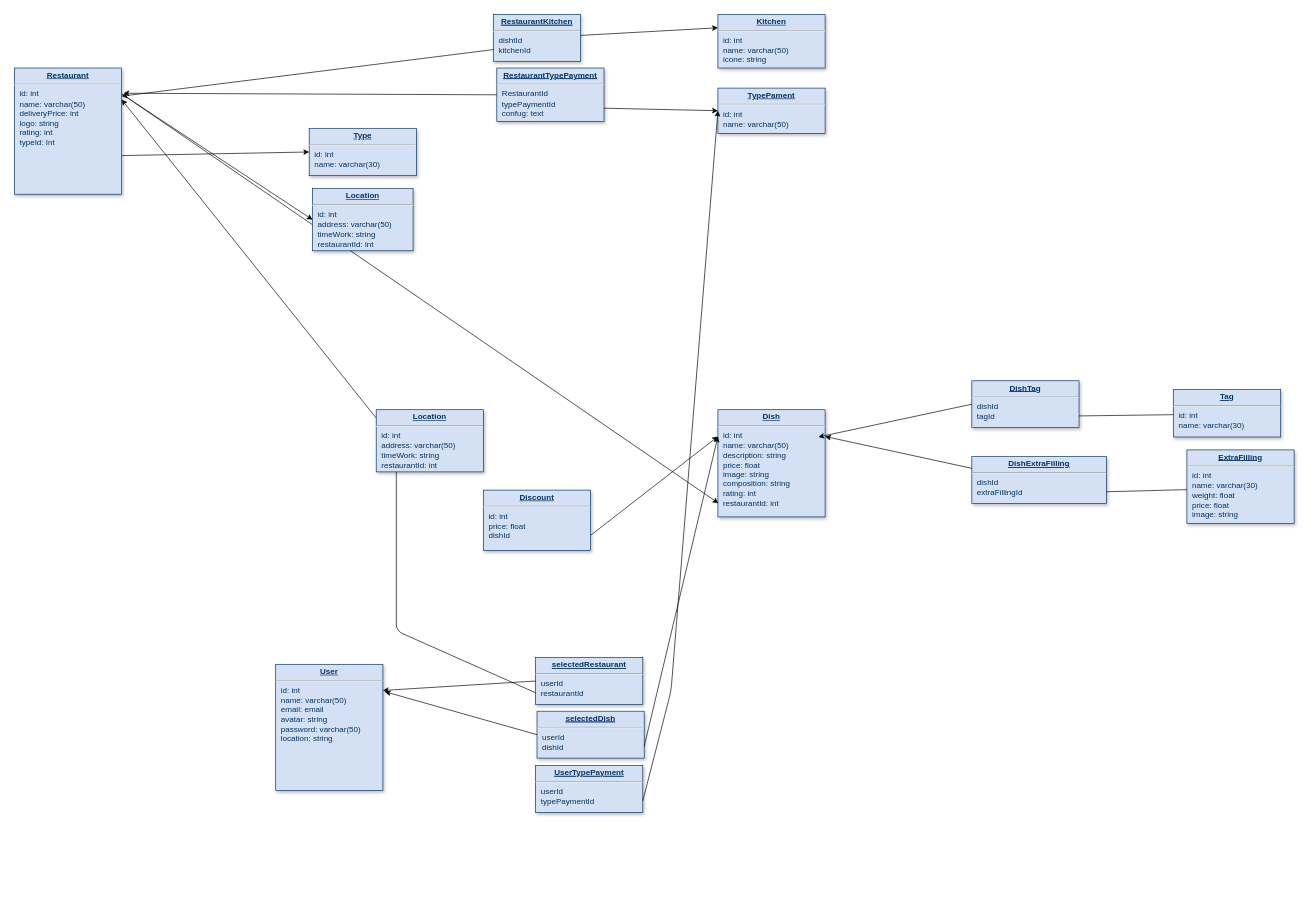
This is Untitled Diagram.drawio from YuraBobeshko/Food, a draw.io file, before an edit. Source tidied: cells renumbered, new cells numbered last; positions are measured from the earlier drawing's top-left corner, leaving out a move shared by most shapes. Both pictures are drawn from the tidied source at 67%, with x=0, y=0 at pixel (14, 14).
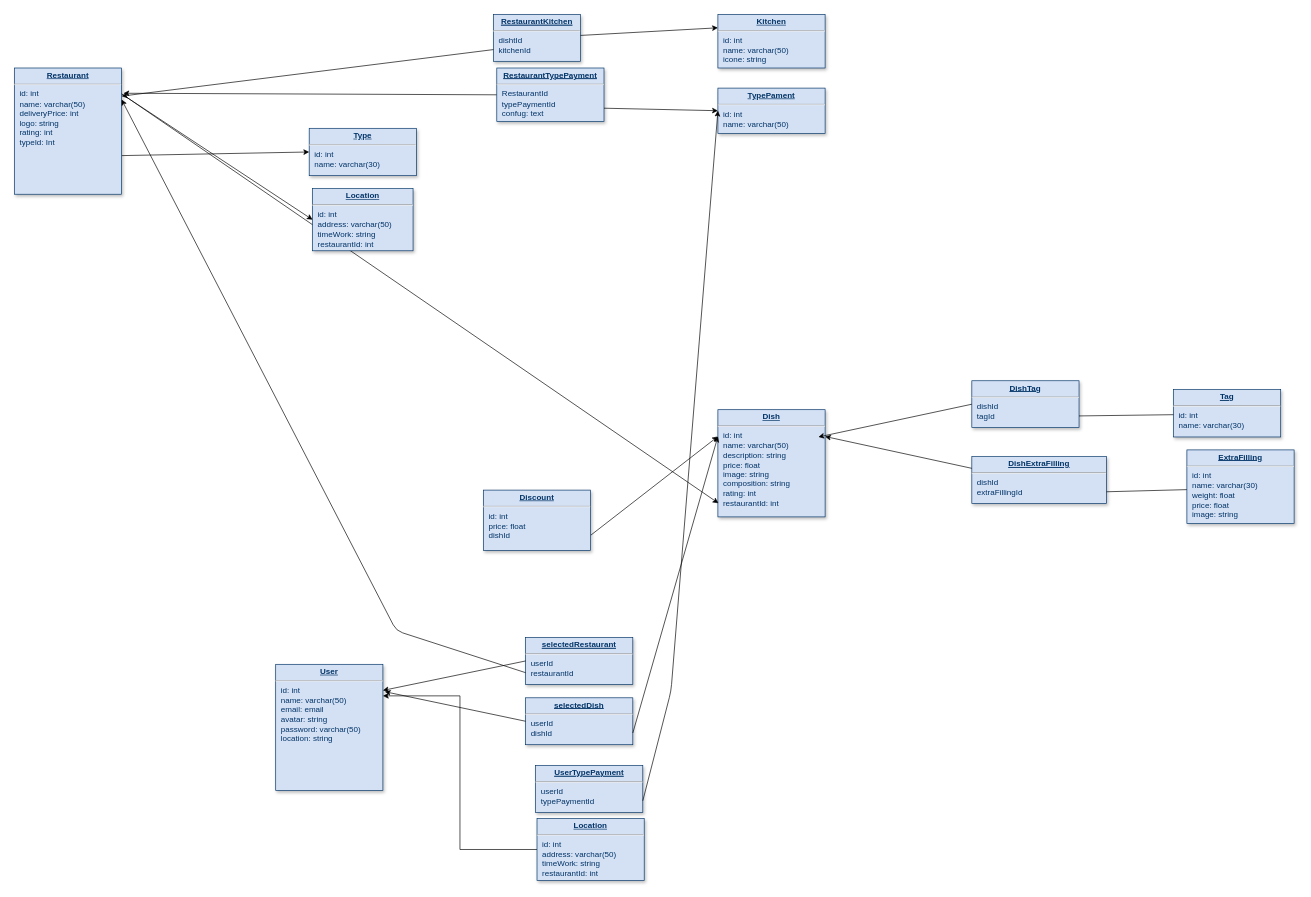
Above is the later version.

Unchanged cells that the change refers to:
```xml
<mxCell id="3" value="&lt;p style=&quot;margin: 4px 0px 0px ; text-align: center&quot;&gt;&lt;b&gt;&lt;u&gt;Restaurant&lt;/u&gt;&lt;/b&gt;&lt;br&gt;&lt;/p&gt;&lt;hr&gt;&lt;p style=&quot;margin: 0px ; margin-left: 8px&quot;&gt;id: int&lt;br&gt;name: varchar(50)&lt;br&gt;deliveryPrice: int&lt;br&gt;logo: string&lt;br&gt;rating: int&lt;br&gt;typeId: Int&lt;br&gt;&lt;br&gt;&lt;br&gt;&lt;/p&gt;" style="verticalAlign=top;align=left;overflow=fill;fontSize=12;fontFamily=Helvetica;html=1;strokeColor=#003366;shadow=1;fillColor=#D4E1F5;fontColor=#003366;" parent="1" vertex="1">
  <mxGeometry y="80" width="160" height="188.4" as="geometry" />
</mxCell>
<mxCell id="28" value="&lt;p style=&quot;margin: 4px 0px 0px ; text-align: center&quot;&gt;&lt;b&gt;&lt;u&gt;User&lt;/u&gt;&lt;/b&gt;&lt;br&gt;&lt;/p&gt;&lt;hr&gt;&lt;p style=&quot;margin: 0px ; margin-left: 8px&quot;&gt;id: int&lt;br&gt;name: varchar(50)&lt;br&gt;email: email&lt;br&gt;avatar: string&lt;br&gt;password: varchar(50)&lt;br&gt;location: string&lt;br&gt;&lt;br&gt;&lt;br&gt;&lt;br&gt;&lt;/p&gt;" style="verticalAlign=top;align=left;overflow=fill;fontSize=12;fontFamily=Helvetica;html=1;strokeColor=#003366;shadow=1;fillColor=#D4E1F5;fontColor=#003366;" parent="1" vertex="1">
  <mxGeometry x="390" y="970" width="160" height="188.4" as="geometry" />
</mxCell>
```

What changed in the source:
```diff
@@
     <mxCell id="29" value="&lt;p style=&quot;margin: 0px ; margin-top: 4px ; text-align: center ; text-decoration: underline&quot;&gt;&lt;b&gt;&lt;u&gt;selectedRestaurant&lt;/u&gt;&lt;/b&gt;&lt;br&gt;&lt;/p&gt;&lt;hr&gt;&lt;p style=&quot;margin: 0px ; margin-left: 8px&quot;&gt;userId&lt;br&gt;restaurantId&lt;br&gt;&lt;/p&gt;" style="verticalAlign=top;align=left;overflow=fill;fontSize=12;fontFamily=Helvetica;html=1;strokeColor=#003366;shadow=1;fillColor=#D4E1F5;fontColor=#003366;" parent="1" vertex="1">
-      <mxGeometry x="777.9" y="960" width="160" height="70" as="geometry" />
+      <mxGeometry x="763" y="930" width="160" height="70" as="geometry" />
     </mxCell>
@@
     <mxCell id="31" value="&lt;p style=&quot;margin: 0px ; margin-top: 4px ; text-align: center ; text-decoration: underline&quot;&gt;&lt;b&gt;&lt;u&gt;selectedDish&lt;/u&gt;&lt;/b&gt;&lt;br&gt;&lt;/p&gt;&lt;hr&gt;&lt;p style=&quot;margin: 0px ; margin-left: 8px&quot;&gt;userId&lt;br&gt;dishId&lt;br&gt;&lt;/p&gt;" style="verticalAlign=top;align=left;overflow=fill;fontSize=12;fontFamily=Helvetica;html=1;strokeColor=#003366;shadow=1;fillColor=#D4E1F5;fontColor=#003366;" parent="1" vertex="1">
-      <mxGeometry x="780" y="1040" width="160" height="70" as="geometry" />
+      <mxGeometry x="763" y="1020" width="160" height="70" as="geometry" />
     </mxCell>
@@
     <mxCell id="33" style="endArrow=classic;html=1;exitX=0;exitY=0.75;exitDx=0;exitDy=0;entryX=1;entryY=0.25;entryDx=0;entryDy=0;" parent="1" edge="1" source="29" target="3">
       <mxGeometry relative="1" as="geometry">
         <Array as="points">
           <mxPoint x="570" y="920" />
-          <mxPoint x="570" y="640" />
         </Array>
       </mxGeometry>
     </mxCell>
@@
+    <mxCell id="44" style="edgeStyle=orthogonalEdgeStyle;rounded=0;jettySize=auto;html=1;entryX=1;entryY=0.25;entryDx=0;entryDy=0;" parent="1" edge="1" source="39" target="28">
+      <mxGeometry relative="1" as="geometry" />
+    </mxCell>
     <mxCell id="39" value="&lt;p style=&quot;margin: 0px ; margin-top: 4px ; text-align: center ; text-decoration: underline&quot;&gt;&lt;span style=&quot;text-align: left&quot;&gt;&lt;b&gt;Location&lt;/b&gt;&lt;/span&gt;&lt;br&gt;&lt;/p&gt;&lt;hr&gt;&lt;p style=&quot;margin: 0px ; margin-left: 8px&quot;&gt;id: int&lt;br&gt;address&lt;span&gt;: varchar(50)&lt;/span&gt;&lt;/p&gt;&lt;p style=&quot;margin: 0px ; margin-left: 8px&quot;&gt;timeWork: string&lt;br&gt;restaurantId: int&lt;br&gt;&lt;/p&gt;&lt;p style=&quot;margin: 0px ; margin-left: 8px&quot;&gt;&lt;br&gt;&lt;br&gt;&lt;/p&gt;" style="verticalAlign=top;align=left;overflow=fill;fontSize=12;fontFamily=Helvetica;html=1;strokeColor=#003366;shadow=1;fillColor=#D4E1F5;fontColor=#003366;" parent="1" vertex="1">
-      <mxGeometry x="540" y="590" width="160" height="92.8" as="geometry" />
+      <mxGeometry x="780" y="1200" width="160" height="92.8" as="geometry" />
     </mxCell>
```
